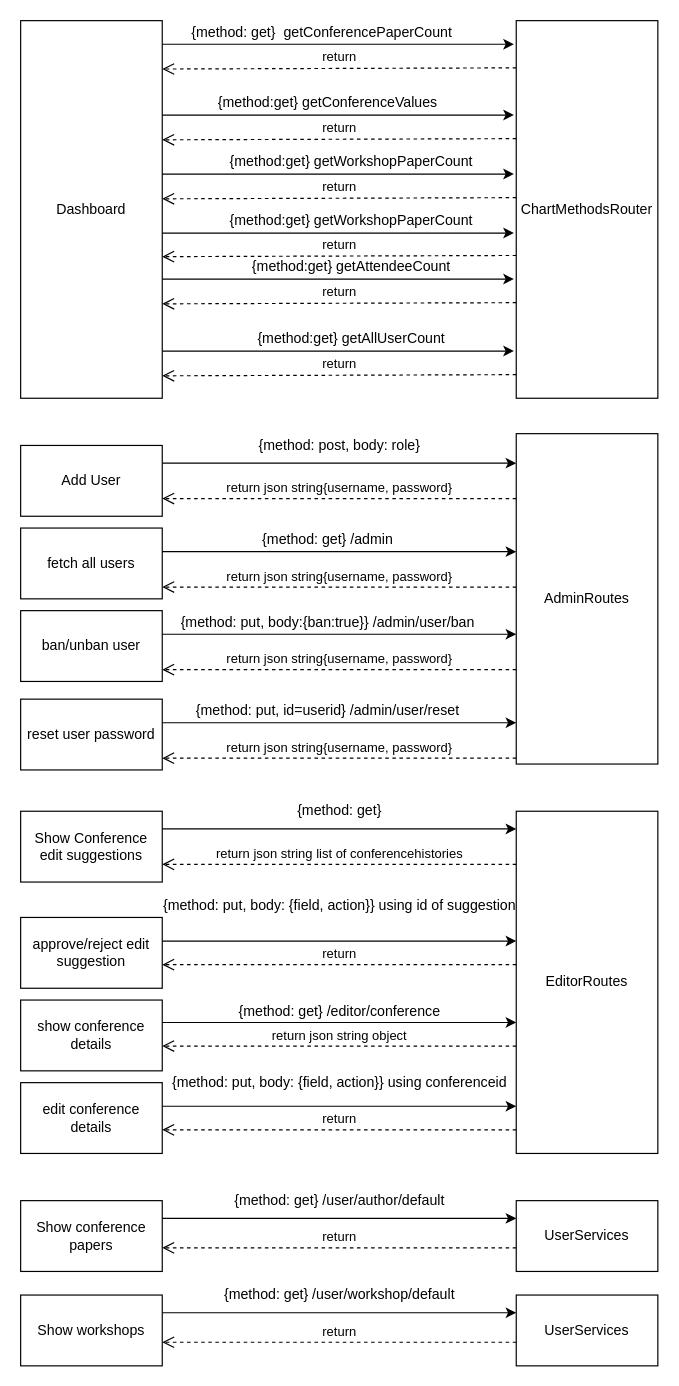
This is page "admin-NEW" (6 of 9) of diagrams/Sequence_Restapi.drawio from matthew-sliit/conferencemgtool, a draw.io file, before an edit. Source tidied: cells renumbered, new cells numbered last; positions are measured from the earlier drawing's top-left corner, leaving out a move shared by most shapes. Both pictures are drawn from the tidied source at 118%, with x=0, y=0 at pixel (20, 20).
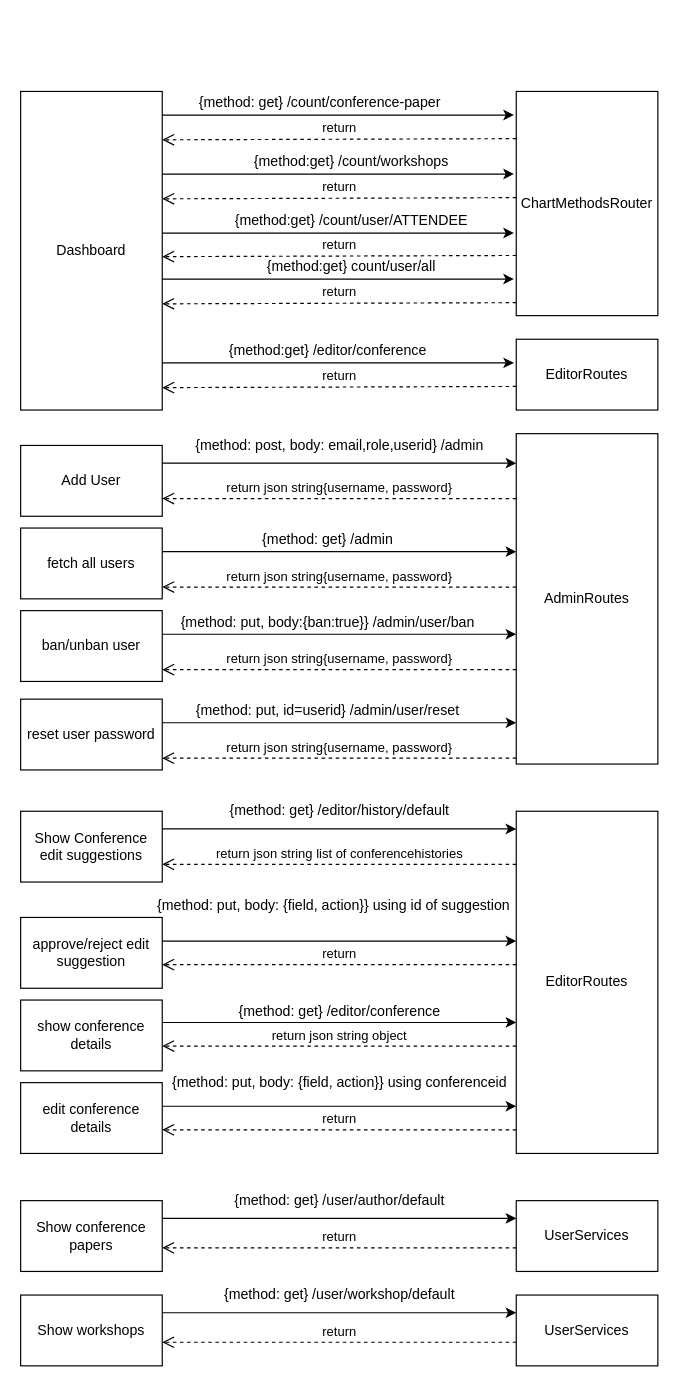
After the change.

What changed in the source:
```diff
@@
-    <mxCell id="4" value="{method: post, body: role}" style="text;html=1;align=center;verticalAlign=middle;strokeColor=none;" parent="1" vertex="1">
-      <mxGeometry x="195" y="350" width="150" height="20" as="geometry" />
+    <mxCell id="4" value="{method: post, body: email,role,userid} /admin" style="text;html=1;align=center;verticalAlign=middle;strokeColor=none;" parent="1" vertex="1">
+      <mxGeometry x="140" y="350" width="260" height="20" as="geometry" />
     </mxCell>
@@
     <mxCell id="6" value="Dashboard" style="rounded=0;whiteSpace=wrap;html=1;" parent="1" vertex="1">
-      <mxGeometry width="120" height="320" as="geometry" />
+      <mxGeometry y="60" width="120" height="270" as="geometry" />
     </mxCell>
     <mxCell id="7" value="ChartMethodsRouter" style="rounded=0;whiteSpace=wrap;html=1;" parent="1" vertex="1">
-      <mxGeometry x="420" width="120" height="320" as="geometry" />
+      <mxGeometry x="420" y="60" width="120" height="190" as="geometry" />
     </mxCell>
-    <mxCell id="8" value="{method: get}&amp;nbsp; getConferencePaperCount" style="text;html=1;align=center;verticalAlign=middle;strokeColor=none;" parent="1" vertex="1">
-      <mxGeometry x="135" width="240" height="20" as="geometry" />
+    <mxCell id="8" value="{method: get} /count/conference-paper&amp;nbsp;" style="text;html=1;align=center;verticalAlign=middle;strokeColor=none;" parent="1" vertex="1">
+      <mxGeometry x="145" y="60" width="220" height="20" as="geometry" />
     </mxCell>
@@
-    <mxCell id="10" value="{method:get} getConferenceValues" style="text;html=1;align=center;verticalAlign=middle;strokeColor=none;" parent="1" vertex="1">
-      <mxGeometry x="160" y="60" width="200" height="20" as="geometry" />
+    <mxCell id="10" value="{method:get} /editor/conference" style="text;html=1;align=center;verticalAlign=middle;strokeColor=none;" parent="1" vertex="1">
+      <mxGeometry x="170" y="270" width="180" height="20" as="geometry" />
     </mxCell>
-    <mxCell id="11" value="{method:get} getWorkshopPaperCount" style="text;html=1;align=center;verticalAlign=middle;strokeColor=none;" parent="1" vertex="1">
-      <mxGeometry x="170" y="110" width="220" height="20" as="geometry" />
+    <mxCell id="11" value="{method:get} /count/workshops" style="text;html=1;align=center;verticalAlign=middle;strokeColor=none;" parent="1" vertex="1">
+      <mxGeometry x="190" y="110" width="180" height="20" as="geometry" />
     </mxCell>
     <mxCell id="12" value="return" style="html=1;verticalAlign=bottom;endArrow=open;dashed=1;endSize=8;entryX=1;entryY=0.75;entryDx=0;entryDy=0;exitX=0;exitY=0.296;exitDx=0;exitDy=0;exitPerimeter=0;" parent="1" edge="1">
       <mxGeometry relative="1" as="geometry">
-        <mxPoint x="420" y="100" as="sourcePoint" />
-        <mxPoint x="120" y="101" as="targetPoint" />
+        <mxPoint x="420" y="310" as="sourcePoint" />
+        <mxPoint x="120" y="311" as="targetPoint" />
       </mxGeometry>
     </mxCell>
@@
-    <mxCell id="15" value="{method:get} getWorkshopPaperCount" style="text;html=1;align=center;verticalAlign=middle;strokeColor=none;" parent="1" vertex="1">
-      <mxGeometry x="170" y="160" width="220" height="20" as="geometry" />
+    <mxCell id="15" value="{method:get} /count/user/ATTENDEE" style="text;html=1;align=center;verticalAlign=middle;strokeColor=none;" parent="1" vertex="1">
+      <mxGeometry x="175" y="160" width="210" height="20" as="geometry" />
     </mxCell>
     <mxCell id="16" style="endArrow=classic;html=1;exitX=1;exitY=0.25;exitDx=0;exitDy=0;entryX=-0.017;entryY=0.46;entryDx=0;entryDy=0;entryPerimeter=0;" parent="1" edge="1">
       <mxGeometry relative="1" as="geometry">
-        <mxPoint x="120" y="80" as="sourcePoint" />
-        <mxPoint x="418" y="80" as="targetPoint" />
+        <mxPoint x="120" y="290" as="sourcePoint" />
+        <mxPoint x="418" y="290" as="targetPoint" />
       </mxGeometry>
     </mxCell>
     <mxCell id="17" style="endArrow=classic;html=1;exitX=1;exitY=0.25;exitDx=0;exitDy=0;entryX=-0.017;entryY=0.46;entryDx=0;entryDy=0;entryPerimeter=0;" parent="1" edge="1">
       <mxGeometry relative="1" as="geometry">
-        <mxPoint x="120" y="20" as="sourcePoint" />
-        <mxPoint x="418" y="20" as="targetPoint" />
+        <mxPoint x="120" y="80" as="sourcePoint" />
+        <mxPoint x="418" y="80" as="targetPoint" />
       </mxGeometry>
     </mxCell>
     <mxCell id="18" value="return" style="html=1;verticalAlign=bottom;endArrow=open;dashed=1;endSize=8;entryX=1;entryY=0.75;entryDx=0;entryDy=0;exitX=0;exitY=0.296;exitDx=0;exitDy=0;exitPerimeter=0;" parent="1" edge="1">
       <mxGeometry relative="1" as="geometry">
-        <mxPoint x="420" y="40" as="sourcePoint" />
-        <mxPoint x="120" y="41" as="targetPoint" />
+        <mxPoint x="420" y="100" as="sourcePoint" />
+        <mxPoint x="120" y="101" as="targetPoint" />
       </mxGeometry>
     </mxCell>
@@
-    <mxCell id="20" value="{method:get} getAttendeeCount" style="text;html=1;align=center;verticalAlign=middle;strokeColor=none;" parent="1" vertex="1">
-      <mxGeometry x="190" y="199" width="180" height="20" as="geometry" />
+    <mxCell id="20" value="{method:get} count/user/all" style="text;html=1;align=center;verticalAlign=middle;strokeColor=none;" parent="1" vertex="1">
+      <mxGeometry x="200" y="199" width="160" height="20" as="geometry" />
     </mxCell>
@@
-    <mxCell id="22" style="endArrow=classic;html=1;exitX=1;exitY=0.25;exitDx=0;exitDy=0;entryX=-0.017;entryY=0.46;entryDx=0;entryDy=0;entryPerimeter=0;" parent="1" edge="1">
-      <mxGeometry relative="1" as="geometry">
-        <mxPoint x="120" y="280" as="sourcePoint" />
-        <mxPoint x="418" y="280" as="targetPoint" />
-      </mxGeometry>
-    </mxCell>
-    <mxCell id="23" value="{method:get} getAllUserCount" style="text;html=1;align=center;verticalAlign=middle;strokeColor=none;" parent="1" vertex="1">
-      <mxGeometry x="195" y="260" width="170" height="20" as="geometry" />
-    </mxCell>
-    <mxCell id="24" value="return" style="html=1;verticalAlign=bottom;endArrow=open;dashed=1;endSize=8;entryX=1;entryY=0.75;entryDx=0;entryDy=0;exitX=0;exitY=0.296;exitDx=0;exitDy=0;exitPerimeter=0;" parent="1" edge="1">
-      <mxGeometry relative="1" as="geometry">
-        <mxPoint x="420" y="300" as="sourcePoint" />
-        <mxPoint x="120" y="301" as="targetPoint" />
-      </mxGeometry>
-    </mxCell>
@@
-    <mxCell id="29" value="{method: get}" style="text;html=1;align=center;verticalAlign=middle;strokeColor=none;" parent="1" vertex="1">
-      <mxGeometry x="225" y="660" width="90" height="20" as="geometry" />
+    <mxCell id="29" value="{method: get} /editor/history/default" style="text;html=1;align=center;verticalAlign=middle;strokeColor=none;" parent="1" vertex="1">
+      <mxGeometry x="170" y="660" width="200" height="20" as="geometry" />
     </mxCell>
@@
     <mxCell id="32" value="{method: put, body: {field, action}} using id of suggestion" style="text;html=1;align=center;verticalAlign=middle;strokeColor=none;" parent="1" vertex="1">
-      <mxGeometry x="115" y="740" width="310" height="20" as="geometry" />
+      <mxGeometry x="110" y="740" width="310" height="20" as="geometry" />
     </mxCell>
@@
+    <mxCell id="66" value="EditorRoutes" style="rounded=0;whiteSpace=wrap;html=1;" parent="1" vertex="1">
+      <mxGeometry x="420" y="270" width="120" height="60" as="geometry" />
+    </mxCell>
```
